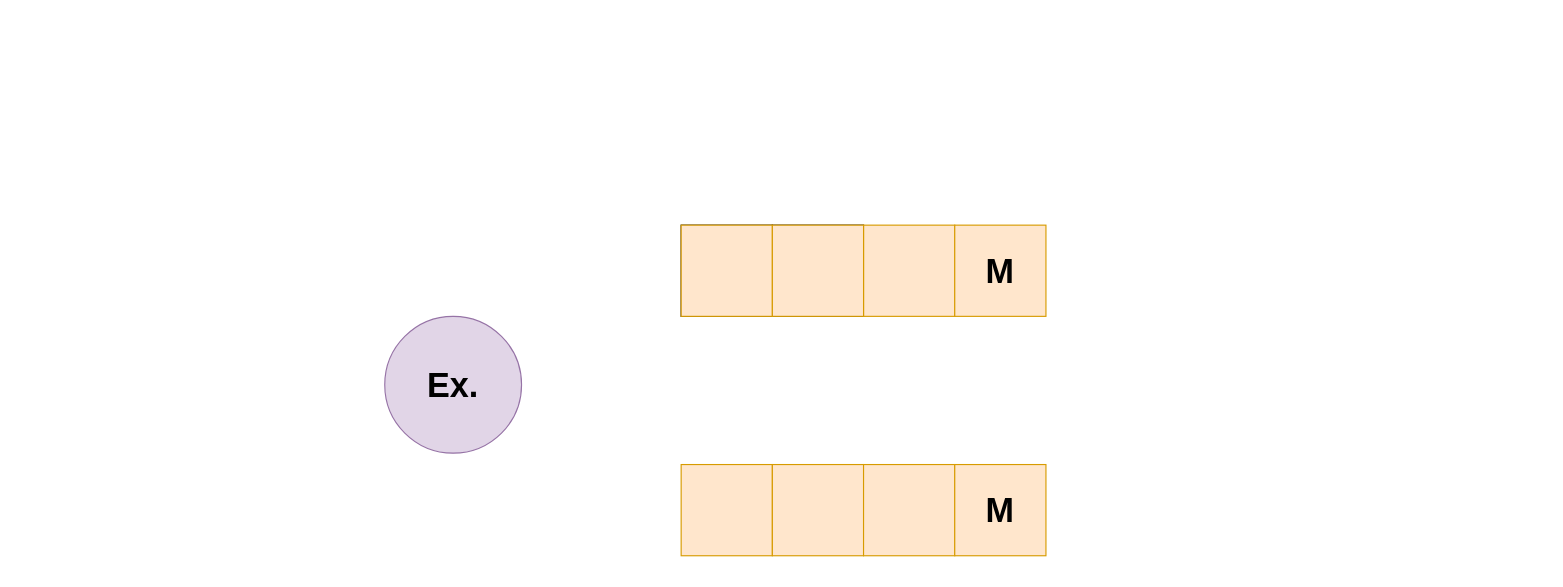
The draw.io diagram draw/Untitled Diagram.drawio in ainaraslan/test, before the edit. Source tidied: cells renumbered, new cells numbered last; positions are measured from the earlier drawing's top-left corner, leaving out a move shared by most shapes. Both pictures are drawn from the tidied source at 114%, with x=0, y=0 at pixel (384, 225).
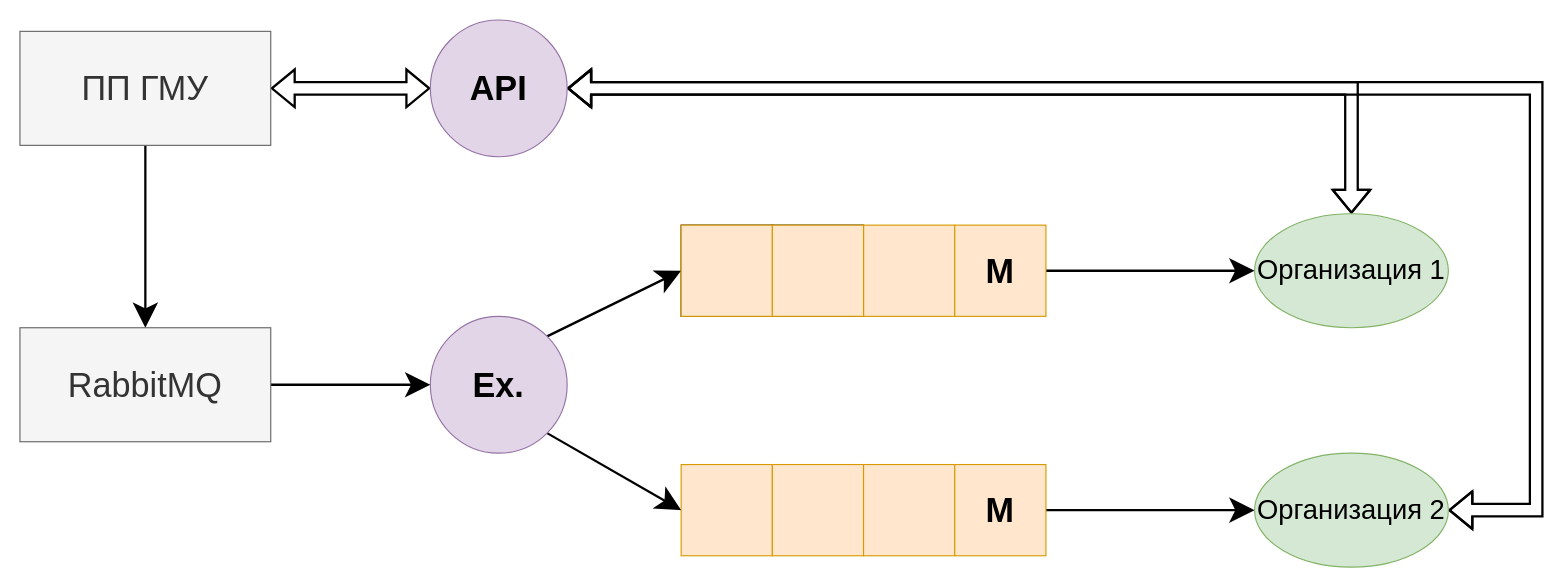
Above is the later version.

The change refers to these unchanged cells:
```xml
<mxCell id="5" value="&lt;font style=&quot;font-size: 30px&quot;&gt;&lt;b&gt;M&lt;/b&gt;&lt;/font&gt;" style="whiteSpace=wrap;html=1;fillColor=#ffe6cc;strokeColor=#d79b00;" parent="1" vertex="1">
  <mxGeometry x="500" width="80" height="80" as="geometry" />
</mxCell>
<mxCell id="6" style="whiteSpace=wrap;html=1;fillColor=#ffe6cc;strokeColor=#d79b00;" parent="1" vertex="1">
  <mxGeometry x="260" y="210" width="80" height="80" as="geometry" />
</mxCell>
<mxCell id="9" value="&lt;font style=&quot;font-size: 30px&quot;&gt;&lt;b&gt;M&lt;/b&gt;&lt;/font&gt;" style="whiteSpace=wrap;html=1;fillColor=#ffe6cc;strokeColor=#d79b00;" parent="1" vertex="1">
  <mxGeometry x="500" y="210" width="80" height="80" as="geometry" />
</mxCell>
<mxCell id="11" style="whiteSpace=wrap;html=1;fillColor=#ffe6cc;strokeColor=#d79b00;" parent="1" vertex="1">
  <mxGeometry x="260" width="80" height="80" as="geometry" />
</mxCell>
```

Diff of the diagram source:
```diff
@@
+    <mxCell id="13" style="edgeStyle=none;rounded=0;jumpStyle=none;jettySize=auto;html=1;exitX=1;exitY=0.5;exitDx=0;exitDy=0;entryX=0;entryY=0.5;entryDx=0;entryDy=0;strokeColor=#000000;strokeWidth=2;endSize=16;" parent="1" edge="1" source="5" target="21">
+      <mxGeometry relative="1" as="geometry" />
+    </mxCell>
@@
+    <mxCell id="14" style="edgeStyle=none;rounded=0;jumpStyle=none;jettySize=auto;html=1;exitX=1;exitY=0.5;exitDx=0;exitDy=0;entryX=0;entryY=0.5;entryDx=0;entryDy=0;strokeColor=#000000;strokeWidth=2;endSize=16;" parent="1" edge="1" source="9" target="25">
+      <mxGeometry relative="1" as="geometry" />
+    </mxCell>
@@
+    <mxCell id="15" style="jettySize=auto;html=1;exitX=1;exitY=0;exitDx=0;exitDy=0;entryX=0;entryY=0.5;entryDx=0;entryDy=0;rounded=0;strokeWidth=2;jumpStyle=none;endSize=16;" parent="1" edge="1" source="10" target="11">
+      <mxGeometry relative="1" as="geometry" />
+    </mxCell>
+    <mxCell id="16" style="edgeStyle=none;rounded=0;jumpStyle=none;jettySize=auto;html=1;exitX=1;exitY=1;exitDx=0;exitDy=0;entryX=0;entryY=0.5;entryDx=0;entryDy=0;strokeColor=#000000;strokeWidth=2;endSize=16;" parent="1" edge="1" source="10" target="6">
+      <mxGeometry relative="1" as="geometry" />
+    </mxCell>
     <mxCell id="10" value="&lt;font style=&quot;font-size: 30px&quot;&gt;&lt;b&gt;Ex.&lt;/b&gt;&lt;/font&gt;" style="ellipse;whiteSpace=wrap;html=1;fillColor=#e1d5e7;strokeColor=#9673a6;" parent="1" vertex="1">
-      <mxGeometry y="80" width="120" height="120" as="geometry" />
+      <mxGeometry x="40" y="80" width="120" height="120" as="geometry" />
     </mxCell>
@@
+    <mxCell id="17" style="edgeStyle=none;rounded=0;jumpStyle=none;jettySize=auto;html=1;exitX=0.5;exitY=1;exitDx=0;exitDy=0;entryX=0.5;entryY=0;entryDx=0;entryDy=0;strokeColor=#000000;strokeWidth=2;startSize=6;jumpSize=6;targetPerimeterSpacing=0;endSize=16;" parent="1" edge="1" source="19" target="23">
+      <mxGeometry relative="1" as="geometry" />
+    </mxCell>
+    <mxCell id="18" style="edgeStyle=orthogonalEdgeStyle;rounded=0;jumpStyle=none;jumpSize=6;jettySize=auto;html=1;entryX=0;entryY=0.5;entryDx=0;entryDy=0;startArrow=classic;startFill=1;targetPerimeterSpacing=0;strokeColor=#000000;strokeWidth=2;shape=flexArrow;" parent="1" edge="1" source="19" target="26">
+      <mxGeometry relative="1" as="geometry" />
+    </mxCell>
+    <mxCell id="19" value="&lt;font style=&quot;font-size: 30px&quot;&gt;ПП ГМУ&lt;/font&gt;" style="rounded=0;whiteSpace=wrap;html=1;fillColor=#f5f5f5;strokeColor=#666666;fontColor=#333333;" parent="1" vertex="1">
+      <mxGeometry x="-320" y="-170" width="220" height="100" as="geometry" />
+    </mxCell>
+    <mxCell id="20" style="edgeStyle=orthogonalEdgeStyle;rounded=0;jumpStyle=none;jettySize=auto;html=1;entryX=1;entryY=0.5;entryDx=0;entryDy=0;strokeColor=#000000;strokeWidth=2;startArrow=classic;startFill=1;shape=flexArrow;" parent="1" edge="1" source="21" target="26">
+      <mxGeometry relative="1" as="geometry">
+        <Array as="points">
+          <mxPoint x="848" y="-120" />
+        </Array>
+      </mxGeometry>
+    </mxCell>
+    <mxCell id="21" value="&lt;font style=&quot;font-size: 24px&quot;&gt;Организация 1&lt;/font&gt;" style="ellipse;whiteSpace=wrap;html=1;fillColor=#d5e8d4;strokeColor=#82b366;" parent="1" vertex="1">
+      <mxGeometry x="763" y="-10" width="170" height="100" as="geometry" />
+    </mxCell>
+    <mxCell id="22" style="edgeStyle=none;rounded=0;jumpStyle=none;jettySize=auto;html=1;exitX=1;exitY=0.5;exitDx=0;exitDy=0;entryX=0;entryY=0.5;entryDx=0;entryDy=0;strokeColor=#000000;strokeWidth=2;endSize=16;" parent="1" edge="1" source="23" target="10">
+      <mxGeometry relative="1" as="geometry" />
+    </mxCell>
+    <mxCell id="23" value="&lt;span style=&quot;font-size: 30px&quot;&gt;RabbitMQ&lt;/span&gt;" style="rounded=0;whiteSpace=wrap;html=1;fillColor=#f5f5f5;strokeColor=#666666;fontColor=#333333;" parent="1" vertex="1">
+      <mxGeometry x="-320" y="90" width="220" height="100" as="geometry" />
+    </mxCell>
+    <mxCell id="24" style="edgeStyle=orthogonalEdgeStyle;rounded=0;jumpStyle=none;jettySize=auto;html=1;strokeColor=#000000;strokeWidth=2;startArrow=classic;startFill=1;shape=flexArrow;" parent="1" edge="1" source="25">
+      <mxGeometry relative="1" as="geometry">
+        <mxPoint x="160" y="-120" as="targetPoint" />
+        <Array as="points">
+          <mxPoint x="1010" y="250" />
+          <mxPoint x="1010" y="-120" />
+        </Array>
+      </mxGeometry>
+    </mxCell>
+    <mxCell id="25" value="&lt;font style=&quot;font-size: 24px&quot;&gt;Организация 2&lt;/font&gt;" style="ellipse;whiteSpace=wrap;html=1;fillColor=#d5e8d4;strokeColor=#82b366;" parent="1" vertex="1">
+      <mxGeometry x="763" y="200" width="170" height="100" as="geometry" />
+    </mxCell>
+    <mxCell id="26" value="&lt;span style=&quot;font-size: 30px&quot;&gt;&lt;b&gt;API&lt;/b&gt;&lt;/span&gt;" style="ellipse;whiteSpace=wrap;html=1;fillColor=#e1d5e7;strokeColor=#9673a6;" parent="1" vertex="1">
+      <mxGeometry x="40" y="-180" width="120" height="120" as="geometry" />
+    </mxCell>
```
